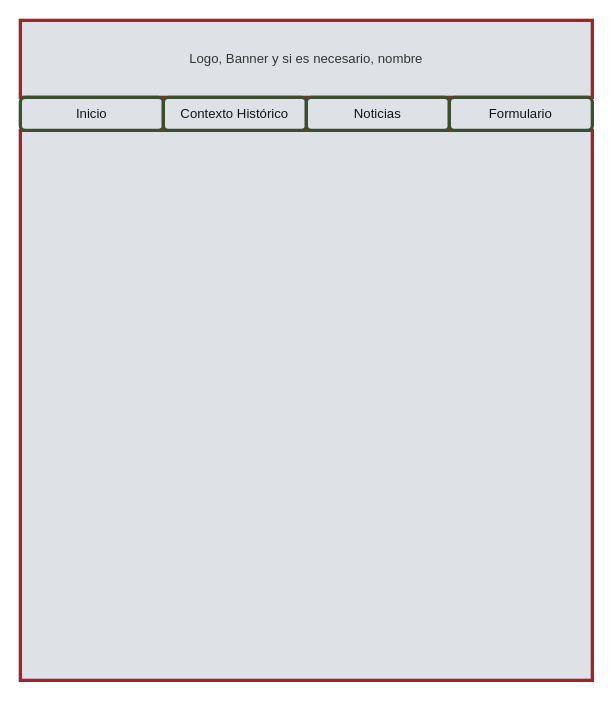
Max6468/InterfacesWeb keeps this draw.io diagram as Proyecto1Eva/draw/prototipo.drawio. Above is the earlier version. Source tidied: cells renumbered, new cells numbered last; positions are measured from the earlier drawing's top-left corner, leaving out a move shared by most shapes. Both pictures are drawn from the tidied source at 110%, with x=0, y=0 at pixel (20, 20).
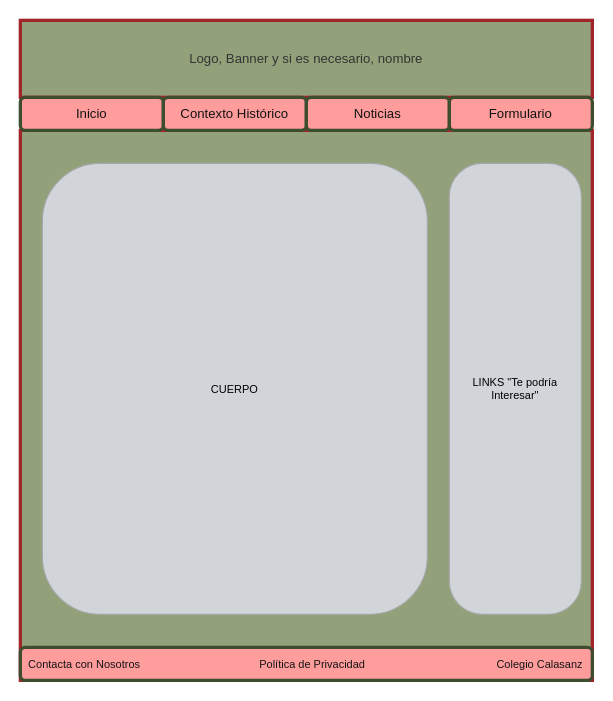
The same page after the edit.

Diff of the diagram source:
```diff
@@
 <mxGraphModel>
   <root>
     <mxCell id="0" />
     <mxCell id="1" parent="0" />
-    <mxCell id="2" style="rounded=0;whiteSpace=wrap;html=1;strokeColor=#A1242A;fillColor=#DEE2E6;strokeWidth=3;shadow=0;glass=0;" parent="1" vertex="1">
+    <mxCell id="2" style="rounded=0;whiteSpace=wrap;html=1;strokeColor=#A1242A;fillColor=#93A17A;strokeWidth=3;shadow=0;glass=0;" parent="1" vertex="1">
       <mxGeometry y="100" width="520" height="500" as="geometry" />
     </mxCell>
-    <mxCell id="3" value="&lt;font color=&quot;#333333&quot;&gt;Logo, Banner y si es necesario, nombre&lt;/font&gt;" style="rounded=0;whiteSpace=wrap;html=1;fillColor=#DEE2E6;strokeColor=#A1242A;strokeWidth=3;shadow=0;glass=0;" parent="1" vertex="1">
+    <mxCell id="3" value="&lt;font color=&quot;#333333&quot;&gt;Logo, Banner y si es necesario, nombre&lt;/font&gt;" style="rounded=0;whiteSpace=wrap;html=1;fillColor=#93A17A;strokeColor=#A1242A;strokeWidth=3;shadow=0;glass=0;" parent="1" vertex="1">
       <mxGeometry width="520" height="70" as="geometry" />
     </mxCell>
-    <mxCell id="4" value="&lt;font color=&quot;#141414&quot;&gt;Inicio&lt;/font&gt;" style="rounded=1;whiteSpace=wrap;html=1;fillColor=#DEE2E6;gradientColor=none;strokeColor=#3D4D2F;strokeWidth=3;perimeterSpacing=1;" parent="1" vertex="1">
+    <mxCell id="4" value="&lt;font color=&quot;#141414&quot;&gt;Inicio&lt;/font&gt;" style="rounded=1;whiteSpace=wrap;html=1;fillColor=#FF9C9C;gradientColor=none;strokeColor=#3D4D2F;strokeWidth=3;perimeterSpacing=1;" parent="1" vertex="1">
       <mxGeometry y="70" width="130" height="30" as="geometry" />
     </mxCell>
-    <mxCell id="5" value="&lt;font color=&quot;#141414&quot;&gt;Contexto Histórico&lt;/font&gt;" style="rounded=1;whiteSpace=wrap;html=1;fillColor=#DEE2E6;gradientColor=none;strokeColor=#3D4D2F;strokeWidth=3;perimeterSpacing=1;" parent="1" vertex="1">
+    <mxCell id="5" value="&lt;font color=&quot;#141414&quot;&gt;Contexto Histórico&lt;/font&gt;" style="rounded=1;whiteSpace=wrap;html=1;fillColor=#FF9C9C;gradientColor=none;strokeColor=#3D4D2F;strokeWidth=3;perimeterSpacing=1;" parent="1" vertex="1">
       <mxGeometry x="130" y="70" width="130" height="30" as="geometry" />
     </mxCell>
-    <mxCell id="6" value="&lt;font color=&quot;#141414&quot;&gt;Noticias&lt;/font&gt;" style="rounded=1;whiteSpace=wrap;html=1;fillColor=#DEE2E6;gradientColor=none;strokeColor=#3D4D2F;strokeWidth=3;perimeterSpacing=1;" parent="1" vertex="1">
+    <mxCell id="6" value="&lt;font color=&quot;#141414&quot;&gt;Noticias&lt;/font&gt;" style="rounded=1;whiteSpace=wrap;html=1;fillColor=#FF9C9C;gradientColor=none;strokeColor=#3D4D2F;strokeWidth=3;perimeterSpacing=1;" parent="1" vertex="1">
       <mxGeometry x="260" y="70" width="130" height="30" as="geometry" />
     </mxCell>
-    <mxCell id="7" value="&lt;font color=&quot;#141414&quot;&gt;Formulario&lt;/font&gt;" style="rounded=1;whiteSpace=wrap;html=1;fillColor=#DEE2E6;gradientColor=none;strokeColor=#3D4D2F;strokeWidth=3;perimeterSpacing=1;" parent="1" vertex="1">
+    <mxCell id="7" value="&lt;font color=&quot;#141414&quot;&gt;Formulario&lt;/font&gt;" style="rounded=1;whiteSpace=wrap;html=1;fillColor=#FF9C9C;gradientColor=none;strokeColor=#3D4D2F;strokeWidth=3;perimeterSpacing=1;" parent="1" vertex="1">
       <mxGeometry x="390" y="70" width="130" height="30" as="geometry" />
     </mxCell>
+    <mxCell id="8" value="&lt;font style=&quot;font-size: 10px;&quot; color=&quot;#141414&quot;&gt;&amp;nbsp; Contacta con Nosotros&amp;nbsp; &amp;nbsp; &amp;nbsp; &amp;nbsp; &amp;nbsp; &amp;nbsp; &amp;nbsp; &amp;nbsp; &amp;nbsp; &amp;nbsp; &amp;nbsp; &amp;nbsp; &amp;nbsp; &amp;nbsp; &amp;nbsp; &amp;nbsp; &amp;nbsp; &amp;nbsp; &amp;nbsp; &amp;nbsp;Política de Privacidad&amp;nbsp; &amp;nbsp; &amp;nbsp; &amp;nbsp; &amp;nbsp; &amp;nbsp; &amp;nbsp; &amp;nbsp; &amp;nbsp; &amp;nbsp; &amp;nbsp; &amp;nbsp; &amp;nbsp; &amp;nbsp; &amp;nbsp; &amp;nbsp; &amp;nbsp; &amp;nbsp; &amp;nbsp; &amp;nbsp; &amp;nbsp; &amp;nbsp;Colegio Calasanz&lt;/font&gt;" style="rounded=1;whiteSpace=wrap;html=1;fillColor=#FF9C9C;gradientColor=none;strokeColor=#3D4D2F;strokeWidth=3;perimeterSpacing=1;align=left;" parent="1" vertex="1">
+      <mxGeometry y="570" width="520" height="30" as="geometry" />
+    </mxCell>
+    <mxCell id="9" value="CUERPO" style="rounded=1;whiteSpace=wrap;html=1;fontSize=10;glass=0;shadow=0;strokeColor=#A5A8AB;fillColor=#D1D5D9;" parent="1" vertex="1">
+      <mxGeometry x="20" y="130" width="350" height="410" as="geometry" />
+    </mxCell>
+    <mxCell id="10" value="LINKS &quot;Te podría Interesar&quot;" style="rounded=1;whiteSpace=wrap;html=1;fontSize=10;fillColor=#D1D5D9;strokeColor=#A5A8AB;imageHeight=24;arcSize=25;" parent="1" vertex="1">
+      <mxGeometry x="390" y="130" width="120" height="410" as="geometry" />
+    </mxCell>
   </root>
 </mxGraphModel>
```
